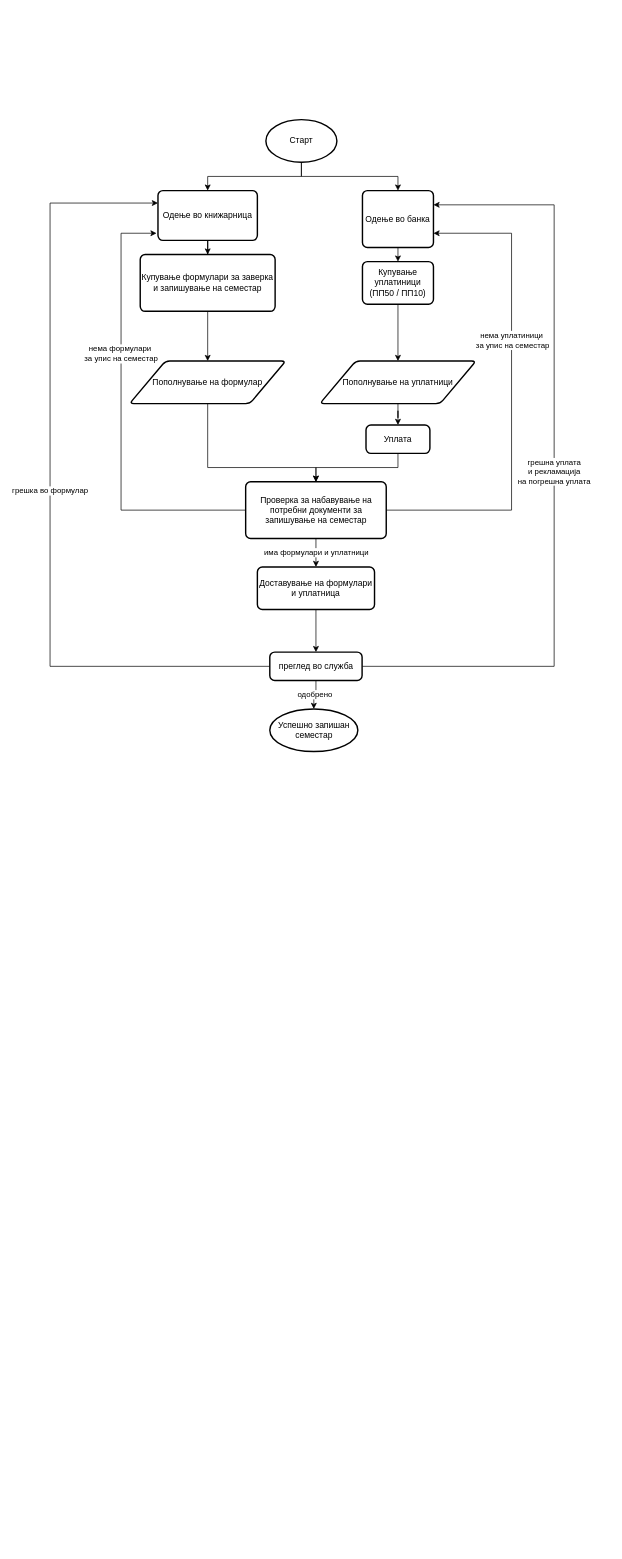
Earlier version of the draw.io diagram semestar.drawio (Stefan1106/zapisuvanje_semestar). Source tidied: cells renumbered, new cells numbered last; positions are measured from the earlier drawing's top-left corner, leaving out a move shared by most shapes. Both pictures are drawn from the tidied source at 71%, with x=0, y=0 at pixel (50, 119).
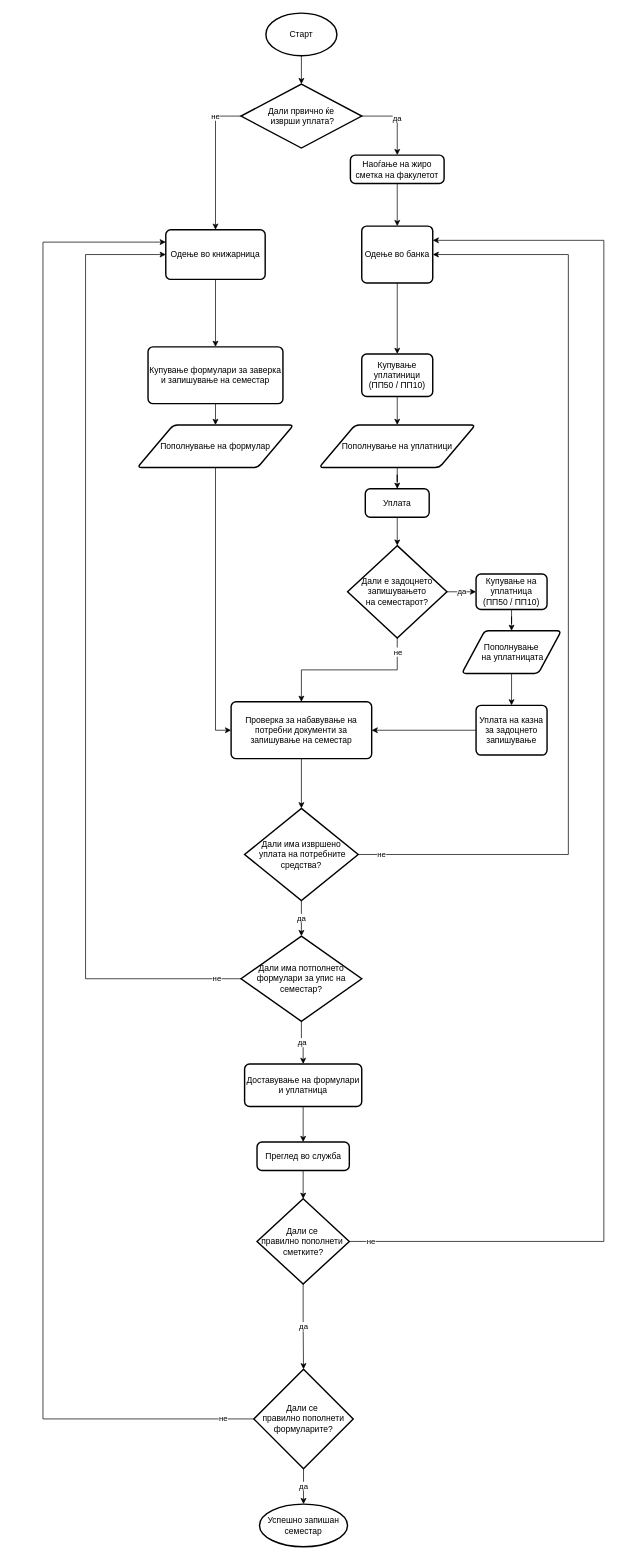
After the change.

Change to the diagram source:
```diff
@@
-    <mxCell id="2" style="edgeStyle=orthogonalEdgeStyle;rounded=0;jettySize=auto;html=1;exitX=0.5;exitY=1;exitDx=0;exitDy=0;exitPerimeter=0;entryX=0.5;entryY=0;entryDx=0;entryDy=0;" parent="1" edge="1" source="4" target="19">
-      <mxGeometry relative="1" as="geometry" />
-    </mxCell>
-    <mxCell id="3" style="edgeStyle=orthogonalEdgeStyle;rounded=0;jettySize=auto;html=1;exitX=0.5;exitY=1;exitDx=0;exitDy=0;exitPerimeter=0;entryX=0.5;entryY=0;entryDx=0;entryDy=0;" parent="1" edge="1" source="4" target="21">
-      <mxGeometry relative="1" as="geometry" />
-    </mxCell>
+    <mxCell id="30" style="edgeStyle=orthogonalEdgeStyle;rounded=0;jettySize=auto;html=1;" parent="1" edge="1" source="4" target="36">
+      <mxGeometry relative="1" as="geometry" />
+    </mxCell>
     <mxCell id="4" value="Старт" style="strokeWidth=2;html=1;shape=mxgraph.flowchart.start_1;whiteSpace=wrap;" parent="1" vertex="1">
-      <mxGeometry x="304" width="100" height="60" as="geometry" />
+      <mxGeometry x="304" y="-150" width="100" height="60" as="geometry" />
     </mxCell>
@@
     <mxCell id="6" value="Купување формулари за заверка и запишување на семестар" style="rounded=1;whiteSpace=wrap;html=1;absoluteArcSize=1;arcSize=14;strokeWidth=2;" parent="1" vertex="1">
-      <mxGeometry x="127" y="190" width="190" height="80" as="geometry" />
+      <mxGeometry x="138" y="320" width="190" height="80" as="geometry" />
     </mxCell>
-    <mxCell id="7" style="edgeStyle=orthogonalEdgeStyle;rounded=0;jettySize=auto;html=1;exitX=0.5;exitY=1;exitDx=0;exitDy=0;entryX=0.5;entryY=0;entryDx=0;entryDy=0;" parent="1" edge="1" source="8" target="29">
-      <mxGeometry relative="1" as="geometry">
-        <Array as="points">
-          <mxPoint x="222" y="490" />
-          <mxPoint x="375" y="490" />
-        </Array>
-      </mxGeometry>
+    <mxCell id="7" style="edgeStyle=orthogonalEdgeStyle;rounded=0;jettySize=auto;html=1;exitX=0.5;exitY=1;exitDx=0;exitDy=0;entryX=0;entryY=0.5;entryDx=0;entryDy=0;" parent="1" edge="1" source="8" target="29">
+      <mxGeometry relative="1" as="geometry" />
     </mxCell>
     <mxCell id="8" value="Пополнување на формулар" style="shape=parallelogram;html=1;strokeWidth=2;perimeter=parallelogramPerimeter;whiteSpace=wrap;rounded=1;arcSize=12;size=0.23;" parent="1" vertex="1">
-      <mxGeometry x="112" y="340" width="220" height="60" as="geometry" />
+      <mxGeometry x="123" y="430" width="220" height="60" as="geometry" />
     </mxCell>
-    <mxCell id="9" style="edgeStyle=orthogonalEdgeStyle;rounded=0;jettySize=auto;html=1;exitX=0.5;exitY=1;exitDx=0;exitDy=0;entryX=0.5;entryY=0;entryDx=0;entryDy=0;" parent="1" edge="1" source="10" target="29">
-      <mxGeometry relative="1" as="geometry" />
-    </mxCell>
+    <mxCell id="31" style="edgeStyle=orthogonalEdgeStyle;rounded=0;jettySize=auto;html=1;" parent="1" edge="1" source="10" target="53">
+      <mxGeometry relative="1" as="geometry" />
+    </mxCell>
     <mxCell id="10" value="Уплата" style="rounded=1;whiteSpace=wrap;html=1;absoluteArcSize=1;arcSize=14;strokeWidth=2;" parent="1" vertex="1">
-      <mxGeometry x="445" y="430" width="90" height="40" as="geometry" />
+      <mxGeometry x="444" y="520" width="90" height="40" as="geometry" />
     </mxCell>
@@
     <mxCell id="12" value="Доставување на формулари и уплатница" style="rounded=1;whiteSpace=wrap;html=1;absoluteArcSize=1;arcSize=14;strokeWidth=2;" parent="1" vertex="1">
-      <mxGeometry x="292" y="630" width="165" height="60" as="geometry" />
+      <mxGeometry x="274" y="1330" width="165" height="60" as="geometry" />
     </mxCell>
-    <mxCell id="13" value="одобрено" style="edgeStyle=orthogonalEdgeStyle;rounded=0;jettySize=auto;html=1;" parent="1" edge="1" source="16" target="17">
-      <mxGeometry relative="1" as="geometry" />
-    </mxCell>
-    <mxCell id="14" value="грешна уплата&lt;div&gt;&amp;nbsp;и рекламација&amp;nbsp;&lt;/div&gt;&lt;div&gt;на погрешна уплата&lt;/div&gt;" style="edgeStyle=orthogonalEdgeStyle;rounded=0;jettySize=auto;html=1;exitX=1;exitY=0.5;exitDx=0;exitDy=0;entryX=1;entryY=0.25;entryDx=0;entryDy=0;" parent="1" edge="1" source="16" target="21">
-      <mxGeometry relative="1" as="geometry">
-        <Array as="points">
-          <mxPoint x="710" y="770" />
-          <mxPoint x="710" y="120" />
-        </Array>
-      </mxGeometry>
-    </mxCell>
-    <mxCell id="15" value="грешка во формулар" style="edgeStyle=orthogonalEdgeStyle;rounded=0;jettySize=auto;html=1;exitX=0;exitY=0.5;exitDx=0;exitDy=0;entryX=0;entryY=0.25;entryDx=0;entryDy=0;" parent="1" edge="1" source="16" target="19">
-      <mxGeometry relative="1" as="geometry">
-        <Array as="points">
-          <mxPoint y="770" />
-          <mxPoint y="118" />
-        </Array>
-      </mxGeometry>
-    </mxCell>
+    <mxCell id="32" style="edgeStyle=orthogonalEdgeStyle;rounded=0;jettySize=auto;html=1;" parent="1" edge="1" source="16" target="45">
+      <mxGeometry relative="1" as="geometry" />
+    </mxCell>
-    <mxCell id="16" value="преглед во служба" style="rounded=1;whiteSpace=wrap;html=1;absoluteArcSize=1;arcSize=14;strokeWidth=2;" parent="1" vertex="1">
-      <mxGeometry x="309.5" y="750" width="130" height="40" as="geometry" />
+    <mxCell id="16" value="Преглед во служба" style="rounded=1;whiteSpace=wrap;html=1;absoluteArcSize=1;arcSize=14;strokeWidth=2;" parent="1" vertex="1">
+      <mxGeometry x="291.5" y="1440" width="130" height="40" as="geometry" />
     </mxCell>
     <mxCell id="17" value="Успешно запишан семестар" style="strokeWidth=2;html=1;shape=mxgraph.flowchart.start_1;whiteSpace=wrap;" parent="1" vertex="1">
-      <mxGeometry x="309.5" y="830" width="124" height="60" as="geometry" />
+      <mxGeometry x="295" y="1950" width="124" height="60" as="geometry" />
     </mxCell>
@@
     <mxCell id="19" value="Одење во книжарница" style="rounded=1;whiteSpace=wrap;html=1;absoluteArcSize=1;arcSize=14;strokeWidth=2;" parent="1" vertex="1">
-      <mxGeometry x="152" y="100" width="140" height="70" as="geometry" />
+      <mxGeometry x="163" y="155" width="140" height="70" as="geometry" />
     </mxCell>
-    <mxCell id="20" style="edgeStyle=orthogonalEdgeStyle;rounded=0;jettySize=auto;html=1;exitX=0.5;exitY=1;exitDx=0;exitDy=0;entryX=0.5;entryY=0;entryDx=0;entryDy=0;" parent="1" edge="1" source="21" target="23">
+    <mxCell id="20" style="edgeStyle=orthogonalEdgeStyle;rounded=0;jettySize=auto;html=1;" parent="1" edge="1" source="21" target="23">
       <mxGeometry relative="1" as="geometry" />
     </mxCell>
     <mxCell id="21" value="Одење во банка" style="rounded=1;whiteSpace=wrap;html=1;absoluteArcSize=1;arcSize=14;strokeWidth=2;" parent="1" vertex="1">
-      <mxGeometry x="440" y="100" width="100" height="80" as="geometry" />
+      <mxGeometry x="439" y="150" width="100" height="80" as="geometry" />
     </mxCell>
-    <mxCell id="22" style="edgeStyle=orthogonalEdgeStyle;rounded=0;jettySize=auto;html=1;exitX=0.5;exitY=1;exitDx=0;exitDy=0;" parent="1" edge="1" source="23" target="25">
+    <mxCell id="22" style="edgeStyle=orthogonalEdgeStyle;rounded=0;jettySize=auto;html=1;" parent="1" edge="1" source="23" target="25">
       <mxGeometry relative="1" as="geometry" />
     </mxCell>
     <mxCell id="23" value="Купување уплатиници (ПП50 / ПП10)" style="rounded=1;whiteSpace=wrap;html=1;absoluteArcSize=1;arcSize=14;strokeWidth=2;" parent="1" vertex="1">
-      <mxGeometry x="440" y="200" width="100" height="60" as="geometry" />
+      <mxGeometry x="439" y="330" width="100" height="60" as="geometry" />
     </mxCell>
@@
     <mxCell id="25" value="Пополнување на уплатници" style="shape=parallelogram;html=1;strokeWidth=2;perimeter=parallelogramPerimeter;whiteSpace=wrap;rounded=1;arcSize=12;size=0.23;" parent="1" vertex="1">
-      <mxGeometry x="380" y="340" width="220" height="60" as="geometry" />
+      <mxGeometry x="379" y="430" width="220" height="60" as="geometry" />
     </mxCell>
-    <mxCell id="26" value="има формулари и уплатници" style="edgeStyle=orthogonalEdgeStyle;rounded=0;jettySize=auto;html=1;" parent="1" edge="1" source="29" target="12">
-      <mxGeometry relative="1" as="geometry" />
-    </mxCell>
-    <mxCell id="27" value="нема уплатиници&lt;div&gt;&amp;nbsp;за упис на семестар&lt;/div&gt;" style="edgeStyle=orthogonalEdgeStyle;rounded=0;jettySize=auto;html=1;exitX=1;exitY=0.5;exitDx=0;exitDy=0;entryX=1;entryY=0.75;entryDx=0;entryDy=0;" parent="1" edge="1" source="29" target="21">
-      <mxGeometry x="0.23" relative="1" as="geometry">
-        <Array as="points">
-          <mxPoint x="650" y="550" />
-          <mxPoint x="650" y="160" />
-        </Array>
-      </mxGeometry>
-    </mxCell>
-    <mxCell id="28" value="нема формулари&amp;nbsp;&lt;div&gt;за упис на семестар&lt;/div&gt;" style="edgeStyle=orthogonalEdgeStyle;rounded=0;jettySize=auto;html=1;exitX=0;exitY=0.5;exitDx=0;exitDy=0;" parent="1" edge="1" source="29">
-      <mxGeometry x="0.29" relative="1" as="geometry">
-        <mxPoint x="150" y="160" as="targetPoint" />
-        <Array as="points">
-          <mxPoint x="100" y="550" />
-          <mxPoint x="100" y="160" />
-        </Array>
-        <mxPoint y="1" as="offset" />
-      </mxGeometry>
-    </mxCell>
+    <mxCell id="33" style="edgeStyle=orthogonalEdgeStyle;rounded=0;jettySize=auto;html=1;" parent="1" edge="1" source="29" target="38">
+      <mxGeometry relative="1" as="geometry" />
+    </mxCell>
     <mxCell id="29" value="Проверка за набавување на потребни документи за запишување на семестар" style="rounded=1;whiteSpace=wrap;html=1;absoluteArcSize=1;arcSize=14;strokeWidth=2;" parent="1" vertex="1">
-      <mxGeometry x="275.5" y="510" width="198" height="80" as="geometry" />
+      <mxGeometry x="255" y="820" width="198" height="80" as="geometry" />
     </mxCell>
+    <mxCell id="34" value="да" style="edgeStyle=orthogonalEdgeStyle;rounded=0;jettySize=auto;html=1;exitX=1;exitY=0.5;exitDx=0;exitDy=0;exitPerimeter=0;entryX=0.5;entryY=0;entryDx=0;entryDy=0;" parent="1" edge="1" source="36" target="50">
+      <mxGeometry relative="1" as="geometry" />
+    </mxCell>
+    <mxCell id="35" value="не" style="edgeStyle=orthogonalEdgeStyle;rounded=0;jettySize=auto;html=1;exitX=0;exitY=0.5;exitDx=0;exitDy=0;exitPerimeter=0;entryX=0.5;entryY=0;entryDx=0;entryDy=0;" parent="1" edge="1" source="36" target="19">
+      <mxGeometry x="-0.63" relative="1" as="geometry" />
+    </mxCell>
+    <mxCell id="36" value="Дали првично ќе&lt;div&gt;&amp;nbsp;изврши уплата?&lt;br&gt;&lt;/div&gt;" style="strokeWidth=2;html=1;shape=mxgraph.flowchart.decision;whiteSpace=wrap;" parent="1" vertex="1">
+      <mxGeometry x="269" y="-50" width="170" height="90" as="geometry" />
+    </mxCell>
+    <mxCell id="37" value="не" style="edgeStyle=orthogonalEdgeStyle;rounded=0;jettySize=auto;html=1;exitX=1;exitY=0.5;exitDx=0;exitDy=0;exitPerimeter=0;entryX=1;entryY=0.5;entryDx=0;entryDy=0;" parent="1" edge="1" source="38" target="21">
+      <mxGeometry x="-0.95" relative="1" as="geometry">
+        <Array as="points">
+          <mxPoint x="730" y="1035" />
+          <mxPoint x="730" y="190" />
+        </Array>
+      </mxGeometry>
+    </mxCell>
+    <mxCell id="38" value="Дали има извршено&lt;div&gt;&amp;nbsp;уплата на потребните средства?&lt;/div&gt;" style="strokeWidth=2;html=1;shape=mxgraph.flowchart.decision;whiteSpace=wrap;" parent="1" vertex="1">
+      <mxGeometry x="274" y="970" width="160" height="130" as="geometry" />
+    </mxCell>
+    <mxCell id="39" value="да" style="edgeStyle=orthogonalEdgeStyle;rounded=0;jettySize=auto;html=1;" parent="1" edge="1" source="41" target="12">
+      <mxGeometry relative="1" as="geometry" />
+    </mxCell>
+    <mxCell id="40" value="не" style="edgeStyle=orthogonalEdgeStyle;rounded=0;jettySize=auto;html=1;exitX=0;exitY=0.5;exitDx=0;exitDy=0;exitPerimeter=0;entryX=0;entryY=0.5;entryDx=0;entryDy=0;" parent="1" edge="1" source="41" target="19">
+      <mxGeometry x="-0.95" relative="1" as="geometry">
+        <Array as="points">
+          <mxPoint x="50" y="1210" />
+          <mxPoint x="50" y="190" />
+        </Array>
+      </mxGeometry>
+    </mxCell>
+    <mxCell id="41" value="Дали има потполнето формулари за упис на семестар?" style="strokeWidth=2;html=1;shape=mxgraph.flowchart.decision;whiteSpace=wrap;" parent="1" vertex="1">
+      <mxGeometry x="269" y="1150" width="170" height="120" as="geometry" />
+    </mxCell>
+    <mxCell id="42" value="да" style="edgeStyle=orthogonalEdgeStyle;rounded=0;jettySize=auto;html=1;exitX=0.5;exitY=1;exitDx=0;exitDy=0;exitPerimeter=0;entryX=0.5;entryY=0;entryDx=0;entryDy=0;entryPerimeter=0;" parent="1" edge="1" source="38" target="41">
+      <mxGeometry relative="1" as="geometry" />
+    </mxCell>
+    <mxCell id="43" value="да" style="edgeStyle=orthogonalEdgeStyle;rounded=0;jettySize=auto;html=1;" parent="1" edge="1" source="45" target="48">
+      <mxGeometry relative="1" as="geometry" />
+    </mxCell>
+    <mxCell id="44" value="не" style="edgeStyle=orthogonalEdgeStyle;rounded=0;jettySize=auto;html=1;exitX=1;exitY=0.5;exitDx=0;exitDy=0;exitPerimeter=0;entryX=1;entryY=0.25;entryDx=0;entryDy=0;" parent="1" edge="1" source="45" target="21">
+      <mxGeometry x="-0.97" relative="1" as="geometry">
+        <Array as="points">
+          <mxPoint x="780" y="1580" />
+          <mxPoint x="780" y="170" />
+        </Array>
+      </mxGeometry>
+    </mxCell>
+    <mxCell id="45" value="Дали се&amp;nbsp;&lt;div&gt;правилно пополнети&amp;nbsp;&lt;div&gt;сметките?&lt;/div&gt;&lt;/div&gt;" style="strokeWidth=2;html=1;shape=mxgraph.flowchart.decision;whiteSpace=wrap;" parent="1" vertex="1">
+      <mxGeometry x="291.5" y="1520" width="130" height="120" as="geometry" />
+    </mxCell>
+    <mxCell id="46" value="да" style="edgeStyle=orthogonalEdgeStyle;rounded=0;jettySize=auto;html=1;" parent="1" edge="1" source="48" target="17">
+      <mxGeometry relative="1" as="geometry" />
+    </mxCell>
+    <mxCell id="47" value="не" style="edgeStyle=orthogonalEdgeStyle;rounded=0;jettySize=auto;html=1;exitX=0;exitY=0.5;exitDx=0;exitDy=0;exitPerimeter=0;entryX=0;entryY=0.25;entryDx=0;entryDy=0;" parent="1" edge="1" source="48" target="19">
+      <mxGeometry x="-0.96" relative="1" as="geometry">
+        <Array as="points">
+          <mxPoint x="-10" y="1830" />
+          <mxPoint x="-10" y="173" />
+        </Array>
+      </mxGeometry>
+    </mxCell>
+    <mxCell id="48" value="Дали се&amp;nbsp;&lt;div&gt;правилно пополнети формуларите?&lt;/div&gt;" style="strokeWidth=2;html=1;shape=mxgraph.flowchart.decision;whiteSpace=wrap;" parent="1" vertex="1">
+      <mxGeometry x="287" y="1760" width="140" height="140" as="geometry" />
+    </mxCell>
+    <mxCell id="49" style="edgeStyle=orthogonalEdgeStyle;rounded=0;jettySize=auto;html=1;" parent="1" edge="1" source="50" target="21">
+      <mxGeometry relative="1" as="geometry" />
+    </mxCell>
+    <mxCell id="50" value="Наоѓање на жиро сметка на факулетот" style="rounded=1;whiteSpace=wrap;html=1;absoluteArcSize=1;arcSize=14;strokeWidth=2;" parent="1" vertex="1">
+      <mxGeometry x="423" y="50" width="132" height="40" as="geometry" />
+    </mxCell>
+    <mxCell id="51" value="да" style="edgeStyle=orthogonalEdgeStyle;rounded=0;jettySize=auto;html=1;" parent="1" edge="1" source="53" target="55">
+      <mxGeometry relative="1" as="geometry" />
+    </mxCell>
+    <mxCell id="52" value="не" style="edgeStyle=orthogonalEdgeStyle;rounded=0;jettySize=auto;html=1;exitX=0.5;exitY=1;exitDx=0;exitDy=0;exitPerimeter=0;entryX=0.5;entryY=0;entryDx=0;entryDy=0;" parent="1" edge="1" source="53" target="29">
+      <mxGeometry x="-0.82" y="1" relative="1" as="geometry" />
+    </mxCell>
+    <mxCell id="53" value="Дали е задоцнето запишувањето&lt;div&gt;на семестарот?&lt;/div&gt;" style="strokeWidth=2;html=1;shape=mxgraph.flowchart.decision;whiteSpace=wrap;" parent="1" vertex="1">
+      <mxGeometry x="419" y="600" width="140" height="130" as="geometry" />
+    </mxCell>
+    <mxCell id="54" style="edgeStyle=orthogonalEdgeStyle;rounded=0;jettySize=auto;html=1;" parent="1" edge="1" source="55" target="59">
+      <mxGeometry relative="1" as="geometry" />
+    </mxCell>
+    <mxCell id="55" value="Купување на уплатница&lt;div&gt;(ПП50 / ПП10)&lt;/div&gt;" style="rounded=1;whiteSpace=wrap;html=1;absoluteArcSize=1;arcSize=14;strokeWidth=2;" parent="1" vertex="1">
+      <mxGeometry x="600" y="640" width="100" height="50" as="geometry" />
+    </mxCell>
+    <mxCell id="56" style="edgeStyle=orthogonalEdgeStyle;rounded=0;jettySize=auto;html=1;entryX=1;entryY=0.5;entryDx=0;entryDy=0;" parent="1" edge="1" source="57" target="29">
+      <mxGeometry relative="1" as="geometry" />
+    </mxCell>
+    <mxCell id="57" value="Уплата на казна за задоцнето запишување" style="rounded=1;whiteSpace=wrap;html=1;absoluteArcSize=1;arcSize=14;strokeWidth=2;" parent="1" vertex="1">
+      <mxGeometry x="600" y="825" width="100" height="70" as="geometry" />
+    </mxCell>
+    <mxCell id="58" style="edgeStyle=orthogonalEdgeStyle;rounded=0;jettySize=auto;html=1;" parent="1" edge="1" source="59" target="57">
+      <mxGeometry relative="1" as="geometry" />
+    </mxCell>
+    <mxCell id="59" value="Пополнување&lt;div&gt;&amp;nbsp;на уплатницата&lt;/div&gt;" style="shape=parallelogram;html=1;strokeWidth=2;perimeter=parallelogramPerimeter;whiteSpace=wrap;rounded=1;arcSize=12;size=0.23;" parent="1" vertex="1">
+      <mxGeometry x="580" y="720" width="140" height="60" as="geometry" />
+    </mxCell>
```
